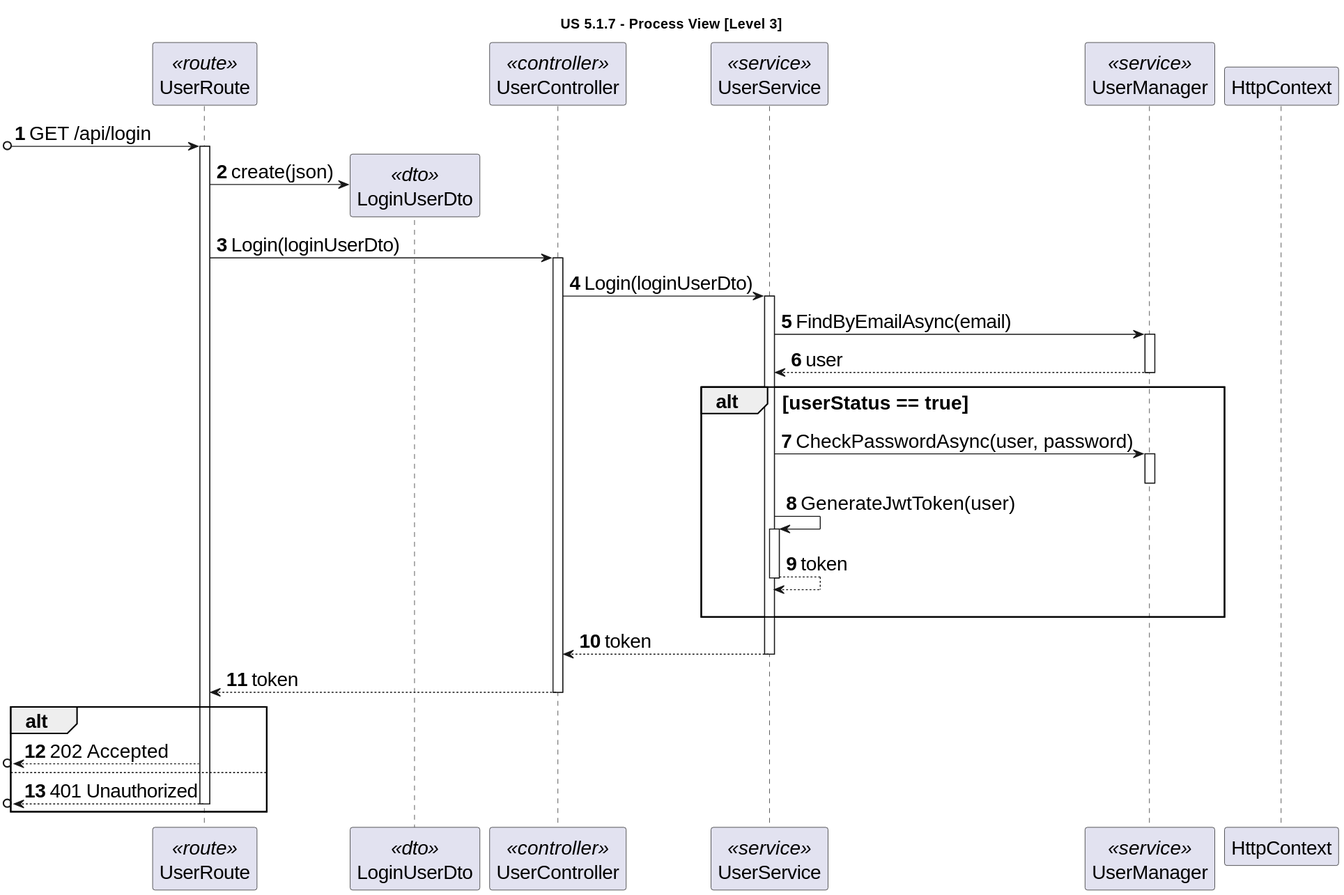
Earlier version of the PlantUML export docs/sprint-1/us-5.1.7/diagrams/level-3-process-view.svg (rita-barbosa/LAPR5-2425). Source of this version:
```plantuml
@startuml
skinparamlocked defaultFontSize 20

title "US 5.1.7 - Process View [Level 3]"

autonumber
participant "UserRoute" as ROUTE <<route>>
participant "LoginUserDto" as DTO <<dto>>
participant "UserController" as CTRL <<controller>>
participant "UserService" as SVC <<service>>
participant "UserManager" as IEL <<service>>
participant "HttpContext" as HC

[o-> ROUTE: GET /api/login
activate ROUTE

ROUTE -> DTO **: create(json)

ROUTE -> CTRL: Login(loginUserDto)
activate CTRL

CTRL ->  SVC: Login(loginUserDto)
activate SVC

SVC -> IEL : FindByEmailAsync(email)
activate IEL

IEL --> SVC : user
deactivate IEL

alt userStatus == true
    SVC -> IEL: CheckPasswordAsync(user, password)
    activate IEL
    deactivate IEL

    SVC -> SVC: GenerateJwtToken(user)
    activate SVC

    SVC --> SVC: token
    deactivate SVC
    |||
end alt


SVC --> CTRL: token
deactivate SVC

CTRL --> ROUTE: token
deactivate CTRL

alt
[o<-- ROUTE : 202 Accepted

else

[o<-- ROUTE : 401 Unauthorized
deactivate ROUTE
end alt
@enduml
```
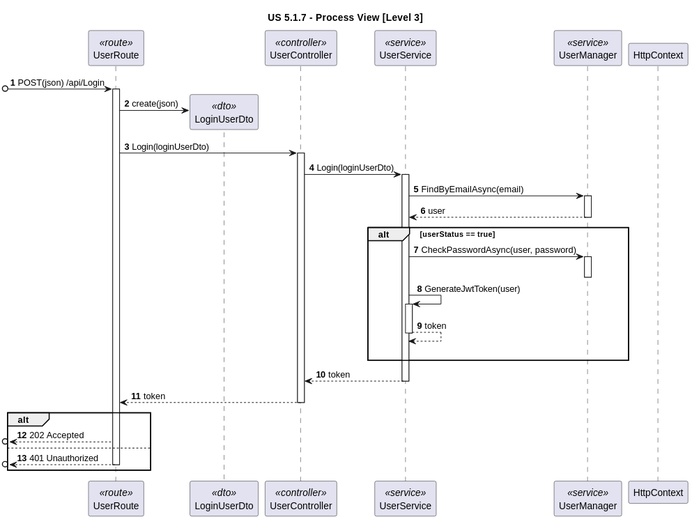
After the change.

What changed in the source:
```diff
@@ -1,6 +1,4 @@
 @startuml
-skinparamlocked defaultFontSize 20
-
 title "US 5.1.7 - Process View [Level 3]"
 
 autonumber
@@ -11,7 +9,7 @@
 participant "UserManager" as IEL <<service>>
 participant "HttpContext" as HC
 
-[o-> ROUTE: GET /api/login
+[o-> ROUTE: POST(json) /api/Login
 activate ROUTE
 
 ROUTE -> DTO **: create(json)
```
